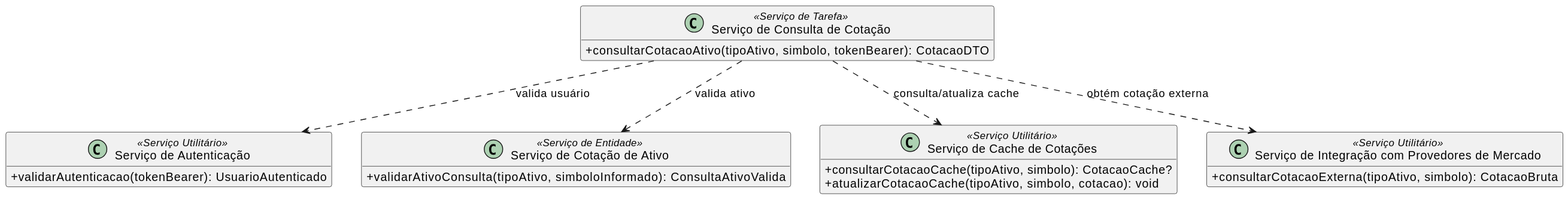
This is Tópicos Avançados de Engenharia de Software/lab-6/diagramas/servicos-candidatos-classe.svg from p4cs-974/projeto-finta, a PlantUML export, as it was before one commit.
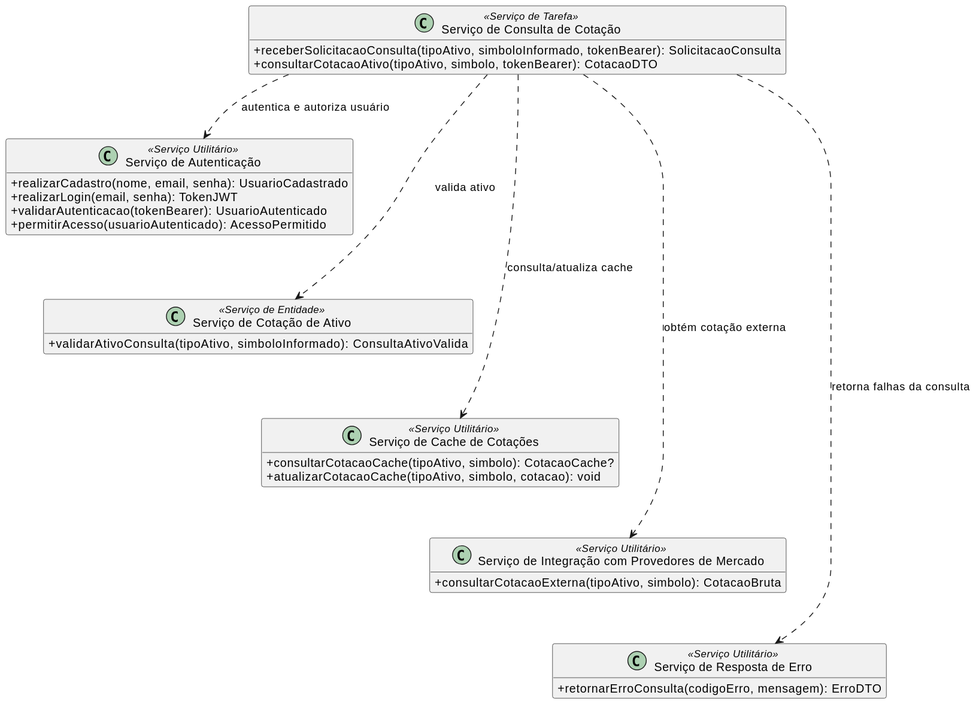
Above is the later version.

Diff of the diagram source:
```diff
@@ -1,9 +1,13 @@
 @startuml
 skinparam classAttributeIconSize 0
 hide empty members
+top to bottom direction
 
 class "Serviço de Autenticação" as ServicoAutenticacao <<Serviço Utilitário>> {
+  + realizarCadastro(nome, email, senha): UsuarioCadastrado
+  + realizarLogin(email, senha): TokenJWT
   + validarAutenticacao(tokenBearer): UsuarioAutenticado
+  + permitirAcesso(usuarioAutenticado): AcessoPermitido
 }
 
 class "Serviço de Cotação de Ativo" as ServicoCotacaoAtivo <<Serviço de Entidade>> {
@@ -19,12 +23,23 @@
   + consultarCotacaoExterna(tipoAtivo, simbolo): CotacaoBruta
 }
 
+class "Serviço de Resposta de Erro" as ServicoRespostaErro <<Serviço Utilitário>> {
+  + retornarErroConsulta(codigoErro, mensagem): ErroDTO
+}
+
 class "Serviço de Consulta de Cotação" as ServicoConsultaCotacao <<Serviço de Tarefa>> {
+  + receberSolicitacaoConsulta(tipoAtivo, simboloInformado, tokenBearer): SolicitacaoConsulta
   + consultarCotacaoAtivo(tipoAtivo, simbolo, tokenBearer): CotacaoDTO
 }
 
-ServicoConsultaCotacao ..> ServicoAutenticacao : valida usuário
+ServicoConsultaCotacao ..> ServicoAutenticacao : autentica e autoriza usuário
 ServicoConsultaCotacao ..> ServicoCotacaoAtivo : valida ativo
 ServicoConsultaCotacao ..> ServicoCacheCotacoes : consulta/atualiza cache
 ServicoConsultaCotacao ..> ServicoIntegracaoMercado : obtém cotação externa
+ServicoConsultaCotacao ..> ServicoRespostaErro : retorna falhas da consulta
+
+ServicoAutenticacao -[hidden]down-> ServicoCotacaoAtivo
+ServicoCotacaoAtivo -[hidden]down-> ServicoCacheCotacoes
+ServicoCacheCotacoes -[hidden]down-> ServicoIntegracaoMercado
+ServicoIntegracaoMercado -[hidden]down-> ServicoRespostaErro
 @enduml
```
